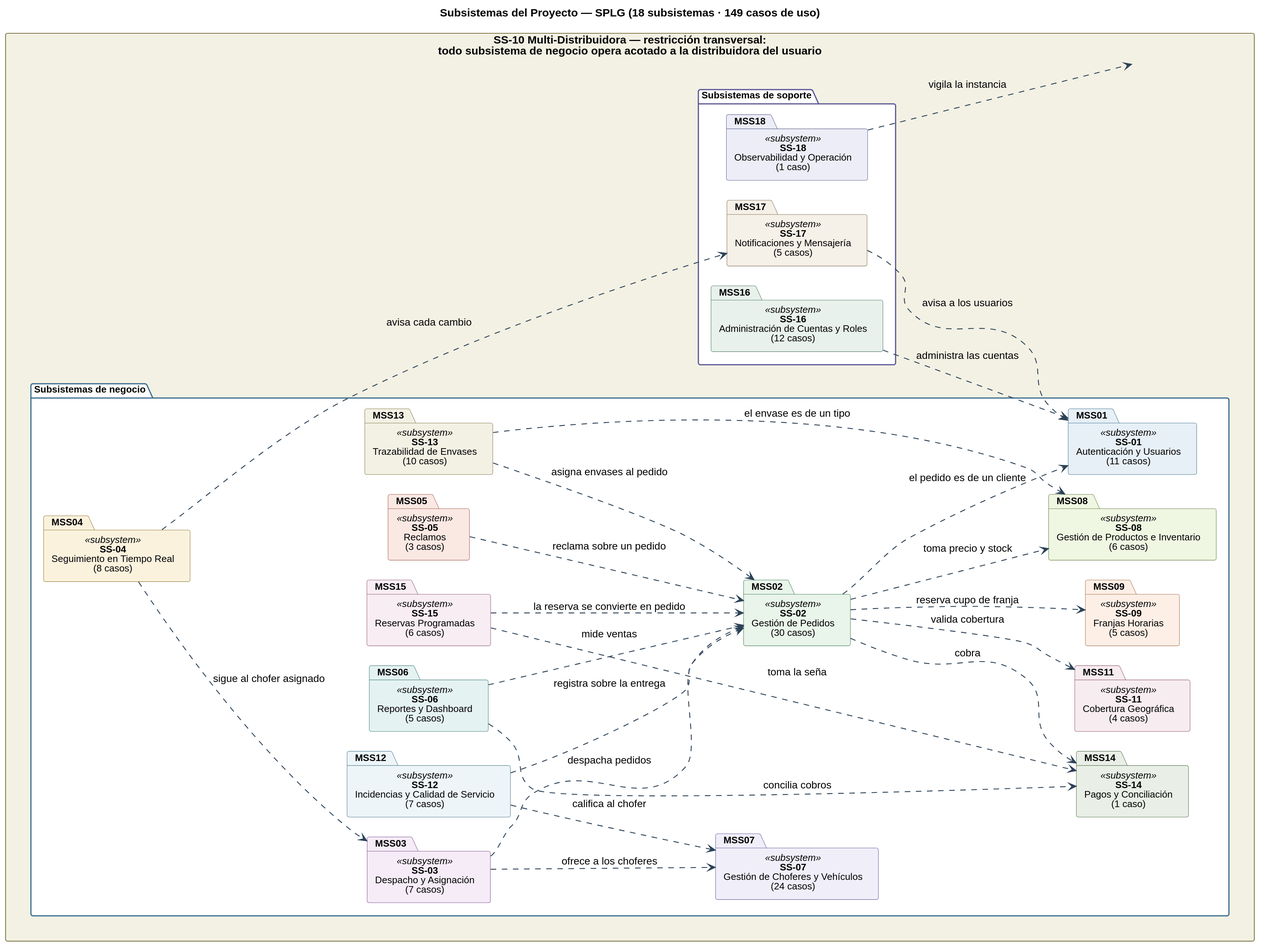
Before: diagramas/uml/CU_Sistema_Subsistemas.svg, a diagram exported from PlantUML (Nahuelito-Dev/splg-docs).
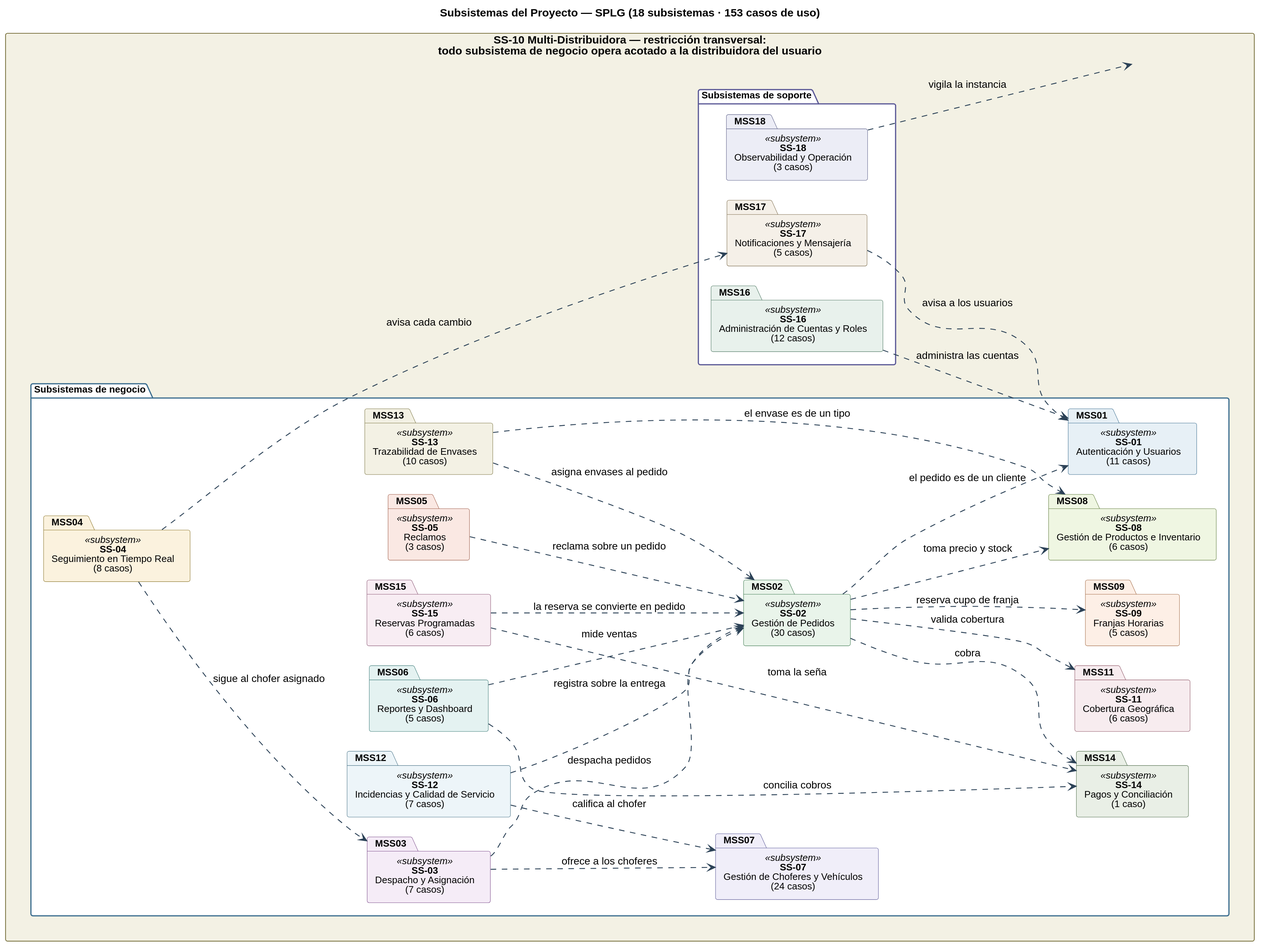
The same file after the commit.

Change to the diagram source:
```diff
@@ -1,5 +1,5 @@
 @startuml
-title Subsistemas del Proyecto — SPLG (18 subsistemas · 149 casos de uso)
+title Subsistemas del Proyecto — SPLG (18 subsistemas · 153 casos de uso)
 skinparam backgroundColor #FFFFFF
 skinparam shadowing false
 skinparam defaultFontName Helvetica
@@ -44,7 +44,7 @@
     package "**SS-07**\nGestión de Choferes y Vehículos\n(24 casos)" as MSS07 <<subsystem>> #back:F0EEF9;line:5A5896
     package "**SS-08**\nGestión de Productos e Inventario\n(6 casos)" as MSS08 <<subsystem>> #back:EFF6E2;line:5E7A3A
     package "**SS-09**\nFranjas Horarias\n(5 casos)" as MSS09 <<subsystem>> #back:FDEFE6;line:A26A45
-    package "**SS-11**\nCobertura Geográfica\n(4 casos)" as MSS11 <<subsystem>> #back:F7ECEF;line:8E5566
+    package "**SS-11**\nCobertura Geográfica\n(6 casos)" as MSS11 <<subsystem>> #back:F7ECEF;line:8E5566
     package "**SS-12**\nIncidencias y Calidad de Servicio\n(7 casos)" as MSS12 <<subsystem>> #back:EDF5F9;line:4A7488
     package "**SS-13**\nTrazabilidad de Envases\n(10 casos)" as MSS13 <<subsystem>> #back:F3F1E4;line:7A7340
     package "**SS-14**\nPagos y Conciliación\n(1 caso)" as MSS14 <<subsystem>> #back:E9EFE6;line:4E6B4A
@@ -53,7 +53,7 @@
   package "Subsistemas de soporte" as GSOP #back:FFFFFF;line:5A5896 {
     package "**SS-16**\nAdministración de Cuentas y Roles\n(12 casos)" as MSS16 <<subsystem>> #back:E8F1EC;line:4B7560
     package "**SS-17**\nNotificaciones y Mensajería\n(5 casos)" as MSS17 <<subsystem>> #back:F5F0E8;line:7C6B4C
-    package "**SS-18**\nObservabilidad y Operación\n(1 caso)" as MSS18 <<subsystem>> #back:ECEDF6;line:5B5F87
+    package "**SS-18**\nObservabilidad y Operación\n(3 casos)" as MSS18 <<subsystem>> #back:ECEDF6;line:5B5F87
   }
 }
 
```
